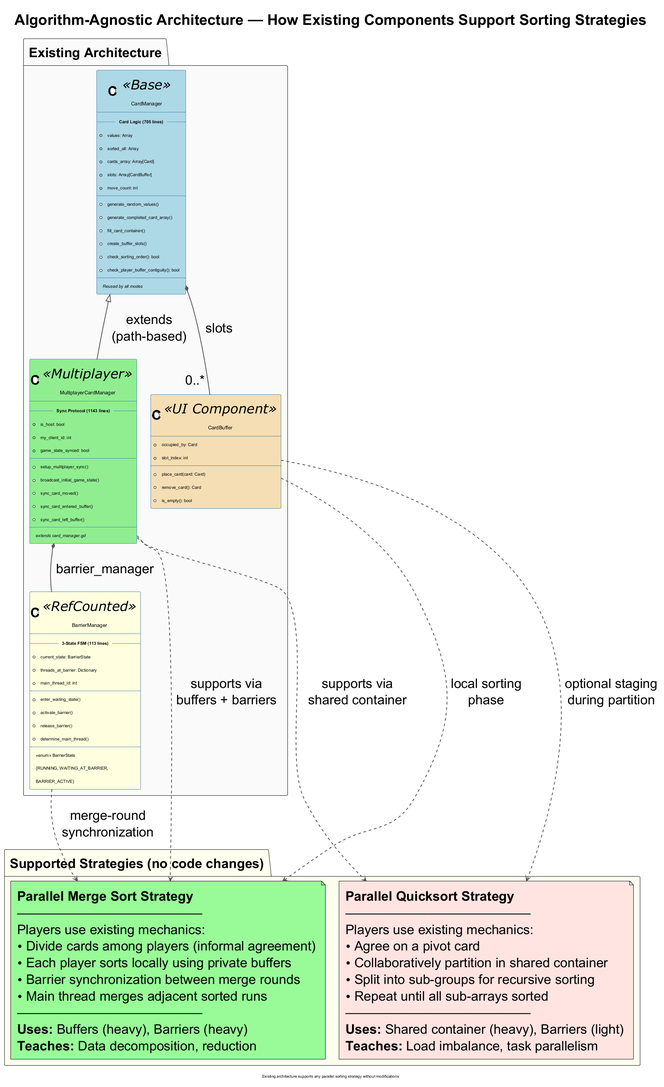
Siponek/HPC-thesis keeps this PlantUML diagram as figures/diagrams/algorithm-mode-class-extension.png. Above is the earlier version.
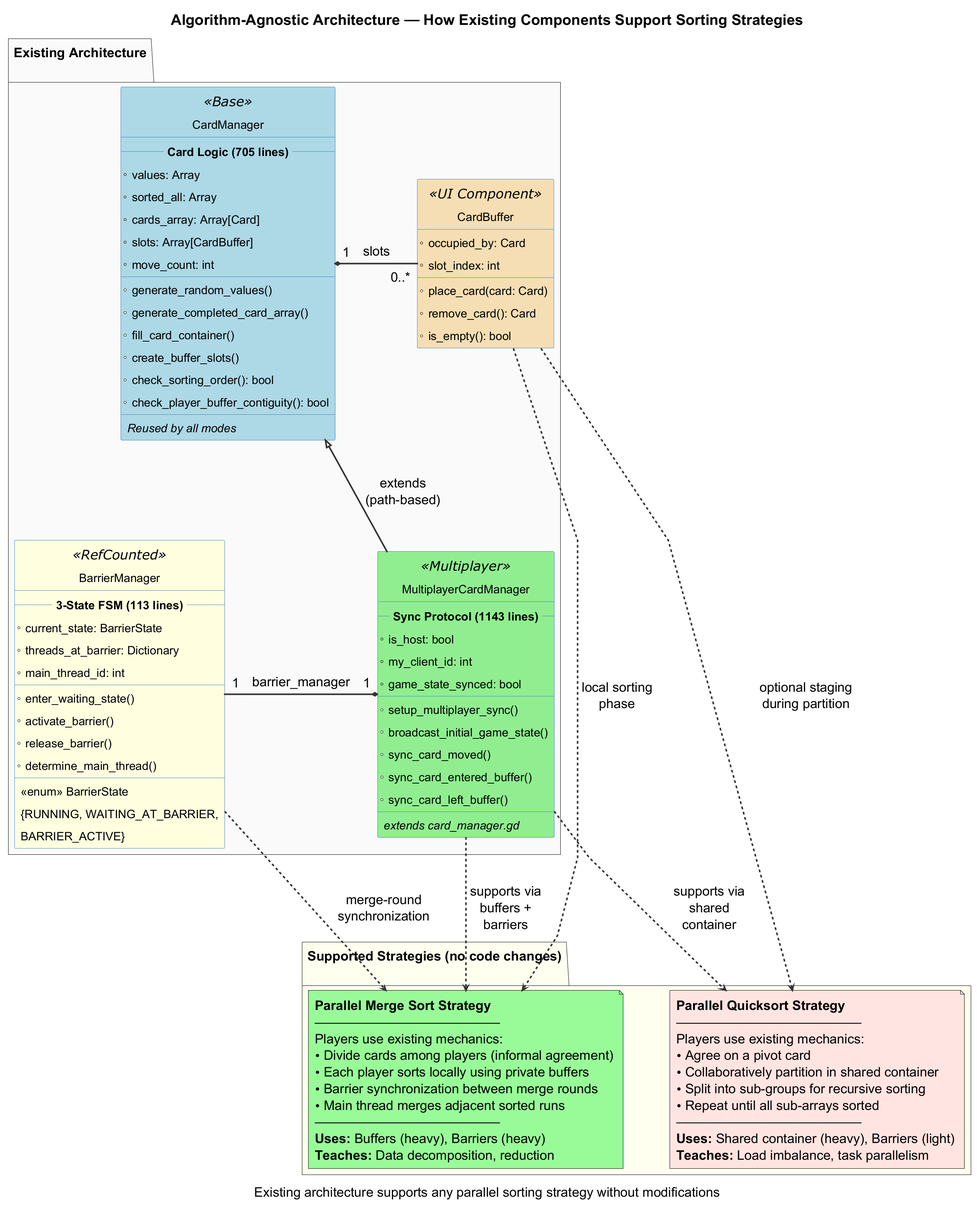
After the commit.

Diff of the diagram source:
```diff
@@ -1,14 +1,28 @@
 @startuml algorithm-mode-class-extension
 !theme plain
 !include ../shared/theme.puml
+
+skinparam DefaultFontSize 34
+skinparam TitleFontSize 38
+skinparam ClassFontSize 34
+skinparam ClassAttributeFontSize 30
+skinparam NoteFontSize 34
+skinparam PackageFontSize 34
+skinparam ArrowThickness 4
+skinparam style strictuml
+skinparam FooterFontSize 34
+
+skinparam nodesep 120
+skinparam ranksep 150
+skinparam linetype polyline
+
 skinparam ClassBackgroundColor #F0F8FF
 skinparam ClassBorderColor #4682B4
-skinparam ClassAttributeFontSize 11
-skinparam ClassFontSize 13
+skinparam ArrowColor #333333
 
 title Algorithm-Agnostic Architecture — How Existing Components Support Sorting Strategies
 
-package "Existing Architecture" #FAFAFA {
+package "Existing Architecture\n" #FAFAFA {
 
     class CardManager <<Base>> #LightBlue {
         -- **Card Logic (705 lines)** --
@@ -26,6 +40,15 @@
         + check_player_buffer_contiguity(): bool
         --
         <i>Reused by all modes</i>
+    }
+
+    class CardBuffer <<UI Component>> #Wheat {
+        + occupied_by: Card
+        + slot_index: int
+        --
+        + place_card(card: Card)
+        + remove_card(): Card
+        + is_empty(): bool
     }
 
     class MultiplayerCardManager <<Multiplayer>> #LightGreen {
@@ -58,18 +81,9 @@
         {RUNNING, WAITING_AT_BARRIER,
          BARRIER_ACTIVE}
     }
-
-    class CardBuffer <<UI Component>> #Wheat {
-        + occupied_by: Card
-        + slot_index: int
-        --
-        + place_card(card: Card)
-        + remove_card(): Card
-        + is_empty(): bool
-    }
 }
 
-package "Supported Strategies (no code changes)" #FFFFF0 {
+package "Supported Strategies (no code changes)\n" #FFFFF0 {
 
     note as MergeSortNote #PaleGreen
       **Parallel Merge Sort Strategy**
@@ -98,13 +112,14 @@
     end note
 }
 
+
 CardManager <|-- MultiplayerCardManager : extends\n(path-based)
 
-MultiplayerCardManager *-- BarrierManager : barrier_manager
-CardManager *-- "0..*" CardBuffer : slots
+CardManager "1" *-right- "0..*" CardBuffer : slots
+MultiplayerCardManager "1" *-right- "1" BarrierManager : barrier_manager
 
-MultiplayerCardManager ..> MergeSortNote : supports via\nbuffers + barriers
-MultiplayerCardManager ..> QuicksortNote : supports via\nshared container
+MultiplayerCardManager ..> MergeSortNote : supports via\nbuffers +\nbarriers
+MultiplayerCardManager ..> QuicksortNote : supports via\nshared\ncontainer
 BarrierManager ..> MergeSortNote : merge-round\nsynchronization
 CardBuffer ..> MergeSortNote : local sorting\nphase
 CardBuffer ..> QuicksortNote : optional staging\nduring partition
```
